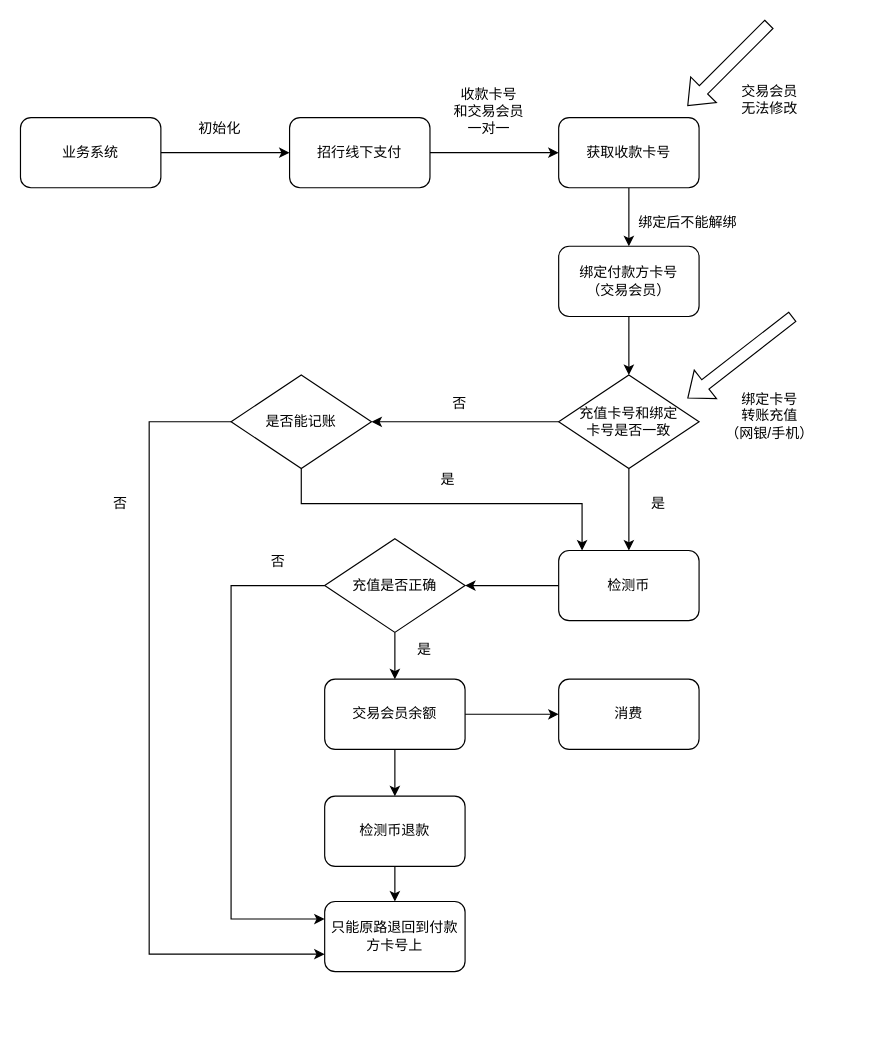
Napoleon1234/Draw keeps this draw.io diagram as unifyorder/招行线下支付.drawio. Above is the earlier version. Source tidied: cells renumbered, new cells numbered last; positions are measured from the earlier drawing's top-left corner, leaving out a move shared by most shapes. Both pictures are drawn from the tidied source at 117%, with x=0, y=0 at pixel (20, 23).
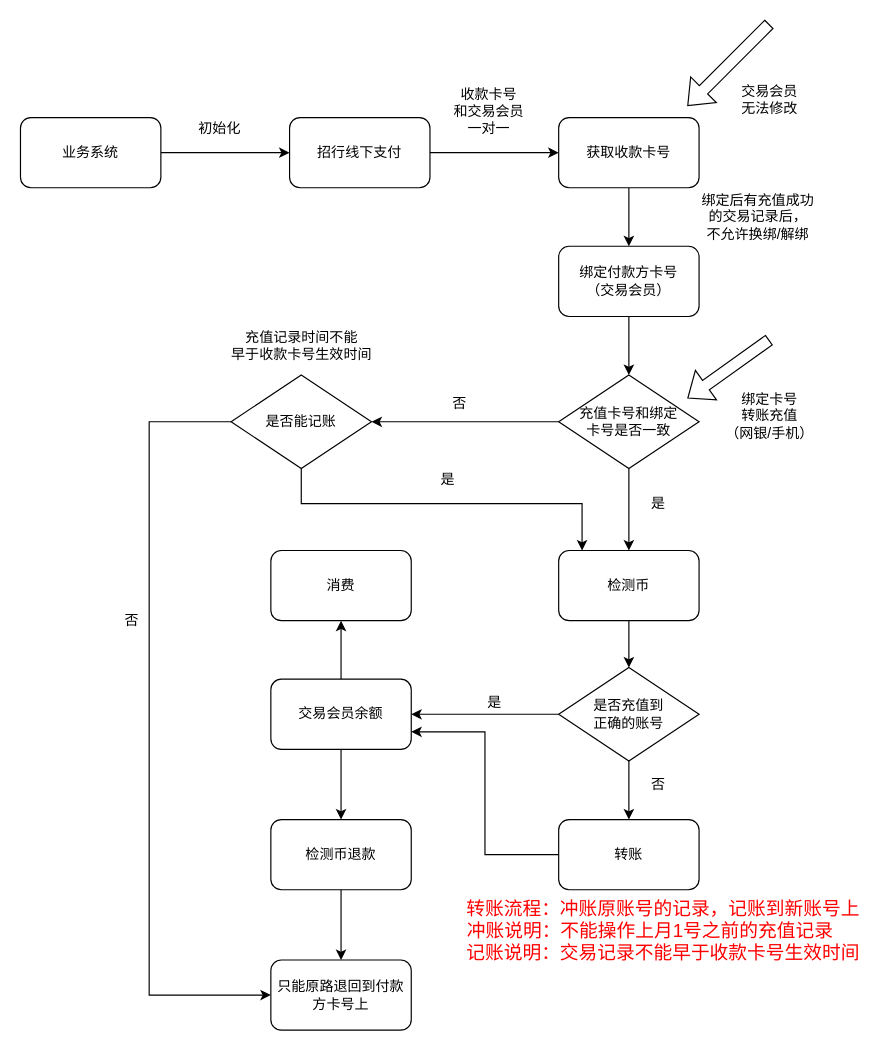
The same diagram, later.

Commit message:
更新招行线下支付.drawio

The change refers to these unchanged cells:
```xml
<mxCell id="36" value="是否能记账" style="rhombus;whiteSpace=wrap;html=1;" parent="1" vertex="1">
  <mxGeometry x="180" y="300" width="120" height="80" as="geometry" />
</mxCell>
```

Diff of the diagram source:
```diff
@@
     <mxCell id="9" style="shape=flexArrow;endArrow=classic;html=1;rounded=0;" parent="1" edge="1">
       <mxGeometry relative="1" as="geometry">
-        <mxPoint x="660" y="250" as="sourcePoint" />
+        <mxPoint x="640" y="270" as="sourcePoint" />
         <mxPoint x="570" y="320" as="targetPoint" />
       </mxGeometry>
     </mxCell>
@@
-    <mxCell id="15" style="edgeStyle=orthogonalEdgeStyle;rounded=0;jettySize=auto;html=1;exitX=0;exitY=0.5;exitDx=0;exitDy=0;entryX=0;entryY=0.25;entryDx=0;entryDy=0;" parent="1" edge="1" source="16" target="30">
-      <mxGeometry relative="1" as="geometry">
-        <Array as="points">
-          <mxPoint x="180" y="480" />
-          <mxPoint x="180" y="765" />
-        </Array>
-      </mxGeometry>
-    </mxCell>
+    <mxCell id="41" style="edgeStyle=orthogonalEdgeStyle;rounded=0;jettySize=auto;html=1;" parent="1" edge="1" source="16" target="44">
+      <mxGeometry relative="1" as="geometry" />
+    </mxCell>
-    <mxCell id="16" value="充值是否正确" style="rhombus;whiteSpace=wrap;html=1;" parent="1" vertex="1">
-      <mxGeometry x="260" y="440" width="120" height="80" as="geometry" />
+    <mxCell id="16" value="是否充值到&lt;br&gt;正确的账号" style="rhombus;whiteSpace=wrap;html=1;" parent="1" vertex="1">
+      <mxGeometry x="460" y="550" width="120" height="80" as="geometry" />
     </mxCell>
@@
     <mxCell id="19" value="交易会员余额" style="rounded=1;whiteSpace=wrap;html=1;" parent="1" vertex="1">
-      <mxGeometry x="260" y="560" width="120" height="60" as="geometry" />
+      <mxGeometry x="214" y="560" width="120" height="60" as="geometry" />
     </mxCell>
@@
-    <mxCell id="22" value="绑定后不能解绑" style="text;html=1;align=center;verticalAlign=middle;fillColor=none;strokeColor=none;rounded=0;" parent="1" vertex="1">
-      <mxGeometry x="520" y="160" width="100" height="20" as="geometry" />
+    <mxCell id="22" value="绑定后有充值成功&lt;br&gt;的交易记录后，&lt;br&gt;不允许换绑/解绑" style="text;html=1;align=center;verticalAlign=middle;fillColor=none;strokeColor=none;rounded=0;" parent="1" vertex="1">
+      <mxGeometry x="575" y="140" width="110" height="50" as="geometry" />
     </mxCell>
     <mxCell id="23" value="是" style="text;html=1;align=center;verticalAlign=middle;fillColor=none;strokeColor=none;rounded=0;" parent="1" vertex="1">
-      <mxGeometry x="330" y="525" width="30" height="20" as="geometry" />
+      <mxGeometry x="390" y="570" width="30" height="20" as="geometry" />
     </mxCell>
-    <mxCell id="24" value="否" style="text;html=1;align=center;verticalAlign=middle;fillColor=none;strokeColor=none;rounded=0;" parent="1" vertex="1">
-      <mxGeometry x="205" y="450" width="30" height="20" as="geometry" />
-    </mxCell>
@@
     <mxCell id="27" value="消费" style="rounded=1;whiteSpace=wrap;html=1;" parent="1" vertex="1">
-      <mxGeometry x="460" y="560" width="120" height="60" as="geometry" />
+      <mxGeometry x="214" y="450" width="120" height="60" as="geometry" />
     </mxCell>
@@
     <mxCell id="29" value="检测币退款" style="rounded=1;whiteSpace=wrap;html=1;" parent="1" vertex="1">
-      <mxGeometry x="260" y="660" width="120" height="60" as="geometry" />
+      <mxGeometry x="214" y="680" width="120" height="60" as="geometry" />
     </mxCell>
     <mxCell id="30" value="只能原路退回到付款方卡号上" style="rounded=1;whiteSpace=wrap;html=1;" parent="1" vertex="1">
-      <mxGeometry x="260" y="750" width="120" height="60" as="geometry" />
+      <mxGeometry x="214" y="800" width="120" height="60" as="geometry" />
     </mxCell>
@@
-    <mxCell id="35" style="edgeStyle=orthogonalEdgeStyle;rounded=0;jettySize=auto;html=1;exitX=0;exitY=0.5;exitDx=0;exitDy=0;entryX=0;entryY=0.75;entryDx=0;entryDy=0;" parent="1" edge="1" source="36" target="30">
+    <mxCell id="35" style="edgeStyle=orthogonalEdgeStyle;rounded=0;jettySize=auto;html=1;exitX=0;exitY=0.5;exitDx=0;exitDy=0;entryX=0;entryY=0.5;entryDx=0;entryDy=0;" parent="1" edge="1" source="36" target="30">
       <mxGeometry relative="1" as="geometry">
         <Array as="points">
           <mxPoint x="110" y="340" />
-          <mxPoint x="110" y="795" />
+          <mxPoint x="110" y="830" />
         </Array>
       </mxGeometry>
     </mxCell>
@@
     <mxCell id="40" value="否" style="text;html=1;align=center;verticalAlign=middle;fillColor=none;strokeColor=none;rounded=0;" parent="1" vertex="1">
-      <mxGeometry x="70" y="400" width="30" height="20" as="geometry" />
+      <mxGeometry x="80" y="500" width="30" height="20" as="geometry" />
     </mxCell>
+    <mxCell id="42" value="充值记录时间不能&lt;br&gt;早于收款卡号生效时间" style="text;html=1;align=center;verticalAlign=middle;fillColor=none;strokeColor=none;rounded=0;" parent="1" vertex="1">
+      <mxGeometry x="170" y="260" width="140" height="30" as="geometry" />
+    </mxCell>
+    <mxCell id="43" style="edgeStyle=orthogonalEdgeStyle;rounded=0;jettySize=auto;html=1;entryX=1;entryY=0.75;entryDx=0;entryDy=0;" parent="1" edge="1" source="44" target="19">
+      <mxGeometry relative="1" as="geometry" />
+    </mxCell>
+    <mxCell id="44" value="转账" style="rounded=1;whiteSpace=wrap;html=1;" parent="1" vertex="1">
+      <mxGeometry x="460" y="680" width="120" height="60" as="geometry" />
+    </mxCell>
+    <mxCell id="24" value="否" style="text;html=1;align=center;verticalAlign=middle;fillColor=none;strokeColor=none;rounded=0;" parent="1" vertex="1">
+      <mxGeometry x="530" y="640" width="30" height="20" as="geometry" />
+    </mxCell>
+    <mxCell id="45" value="&lt;font color=&quot;#ff0000&quot; style=&quot;font-size: 16px&quot;&gt;转账流程：冲账原账号的记录，记账到新账号上&lt;br&gt;冲账说明：不能操作上月1号之前的充值记录&amp;nbsp; &amp;nbsp; &amp;nbsp;&lt;br&gt;记账说明：交易记录不能早于收款卡号生效时间&lt;/font&gt;" style="text;html=1;align=center;verticalAlign=middle;fillColor=none;strokeColor=none;rounded=0;" parent="1" vertex="1">
+      <mxGeometry x="374" y="750" width="350" height="50" as="geometry" />
+    </mxCell>
```
